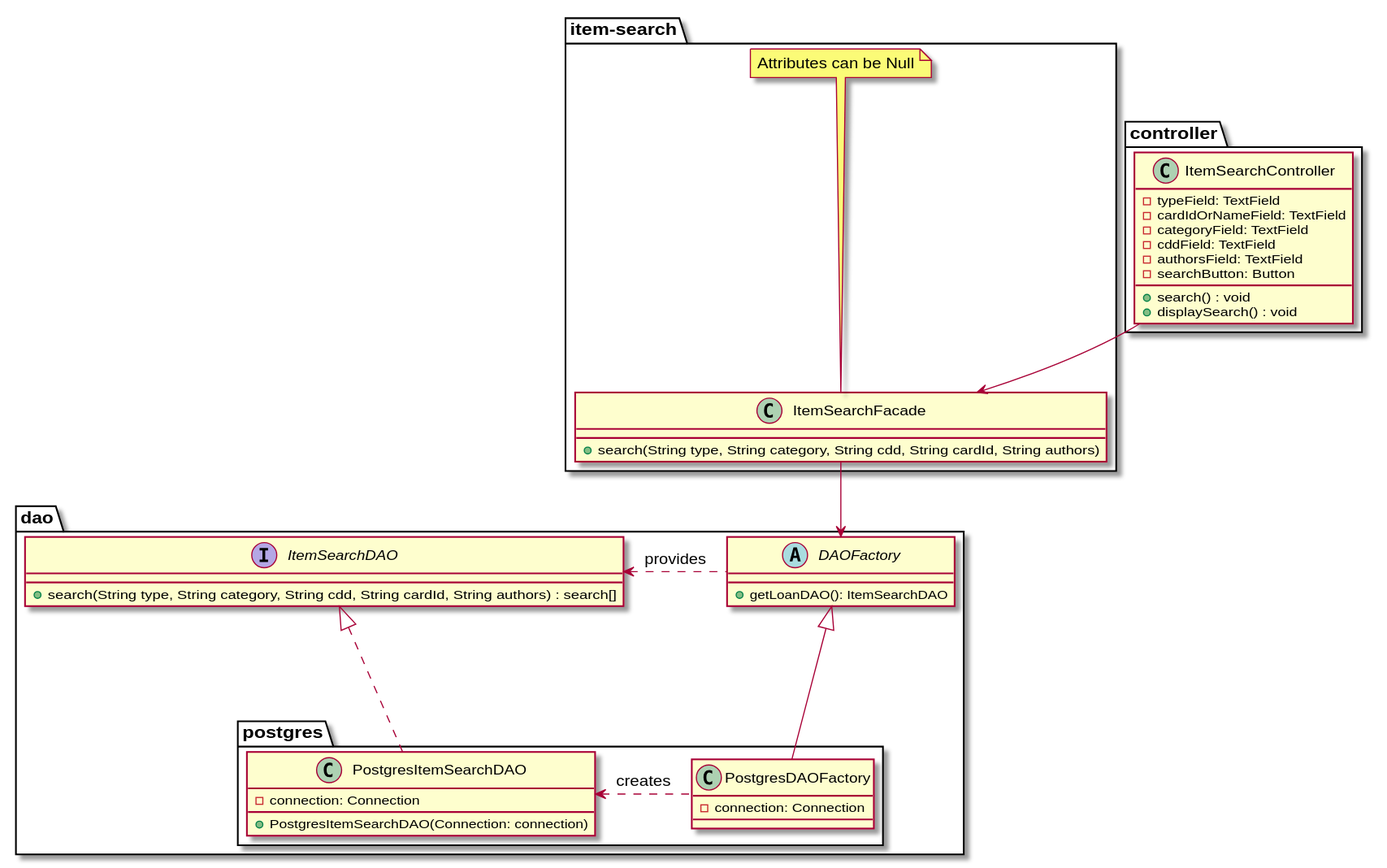
Before: specifications/software-design/item-search/item-search-class-diagram.svg, a diagram exported from PlantUML (BrokenSwing/Comixaire). Source of this version:
```plantuml
@startuml
package controller {

  class ItemSearchController {
    -typeField: TextField
    -cardIdOrNameField: TextField
    -categoryField: TextField
    -cddField: TextField
    -authorsField: TextField
    -searchButton: Button
    +search() : void
    +displaySearch() : void
  }
}

package item-search {

  class ItemSearchFacade {
    +search(String type, String category, String cdd, String cardId, String authors)
  }
  note top of ItemSearchFacade
   Attributes can be Null
  end note

}

package dao {

  abstract class DAOFactory {
    +getLoanDAO(): ItemSearchDAO
  }

  interface ItemSearchDAO {
    +search(String type, String category, String cdd, String cardId, String authors) : search[]
  }

  package postgres {

    class PostgresItemSearchDAO implements ItemSearchDAO {
      -connection: Connection
      +PostgresItemSearchDAO(Connection: connection)
    }

    class PostgresDAOFactory extends DAOFactory {
      -connection: Connection
    }
  }

}

PostgresDAOFactory .left> PostgresItemSearchDAO : "creates"
DAOFactory .left> ItemSearchDAO : "provides"
ItemSearchFacade -down-> DAOFactory
ItemSearchController -down-> ItemSearchFacade
@enduml
```
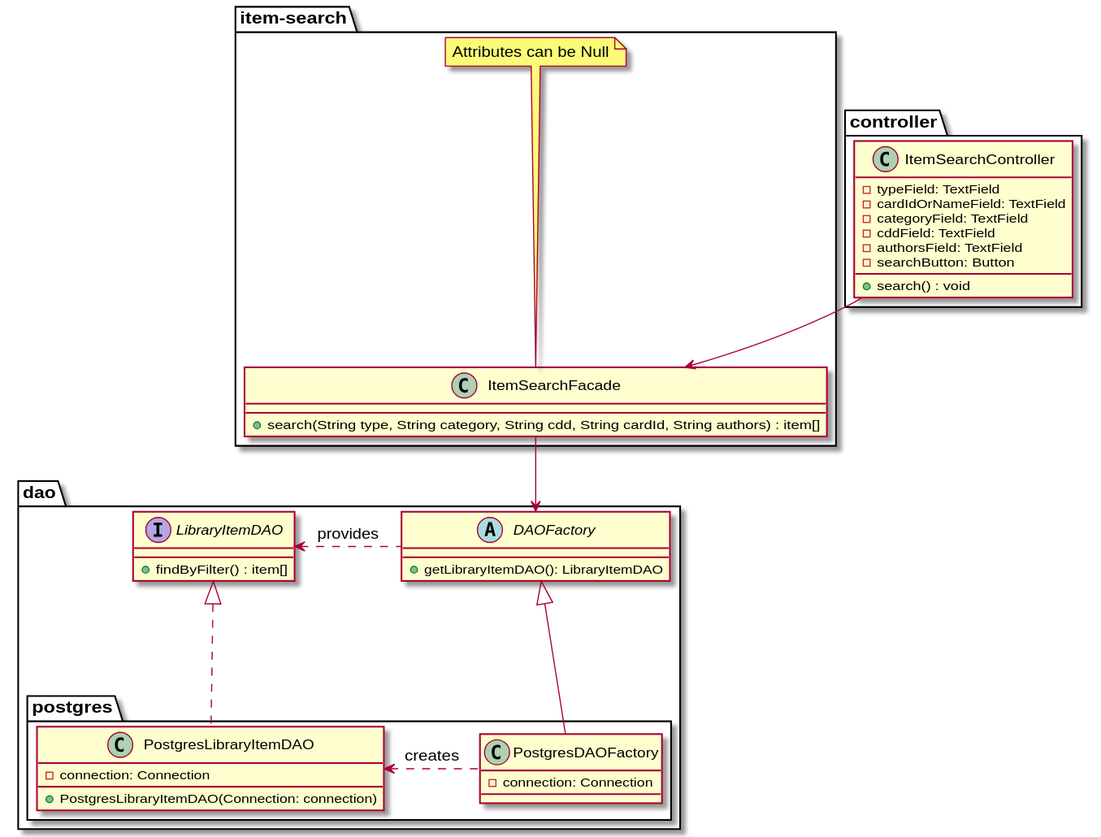
Later version of the same file.

Commit message:
Consult-logs diagram and item search updated

Diff of the diagram source:
```diff
@@ -9,14 +9,13 @@
     -authorsField: TextField
     -searchButton: Button
     +search() : void
-    +displaySearch() : void
   }
 }
 
 package item-search {
 
   class ItemSearchFacade {
-    +search(String type, String category, String cdd, String cardId, String authors)
+    +search(String type, String category, String cdd, String cardId, String authors) : item[]
   }
   note top of ItemSearchFacade
    Attributes can be Null
@@ -27,18 +26,18 @@
 package dao {
 
   abstract class DAOFactory {
-    +getLoanDAO(): ItemSearchDAO
+    +getLibraryItemDAO(): LibraryItemDAO
   }
 
-  interface ItemSearchDAO {
-    +search(String type, String category, String cdd, String cardId, String authors) : search[]
+  interface LibraryItemDAO {
+    +findByFilter() : item[]
   }
 
   package postgres {
 
-    class PostgresItemSearchDAO implements ItemSearchDAO {
+    class PostgresLibraryItemDAO implements LibraryItemDAO {
       -connection: Connection
-      +PostgresItemSearchDAO(Connection: connection)
+      +PostgresLibraryItemDAO(Connection: connection)
     }
 
     class PostgresDAOFactory extends DAOFactory {
@@ -48,8 +47,8 @@
 
 }
 
-PostgresDAOFactory .left> PostgresItemSearchDAO : "creates"
-DAOFactory .left> ItemSearchDAO : "provides"
+PostgresDAOFactory .left> PostgresLibraryItemDAO : "creates"
+DAOFactory .left> LibraryItemDAO : "provides"
 ItemSearchFacade -down-> DAOFactory
 ItemSearchController -down-> ItemSearchFacade
 @enduml
```
